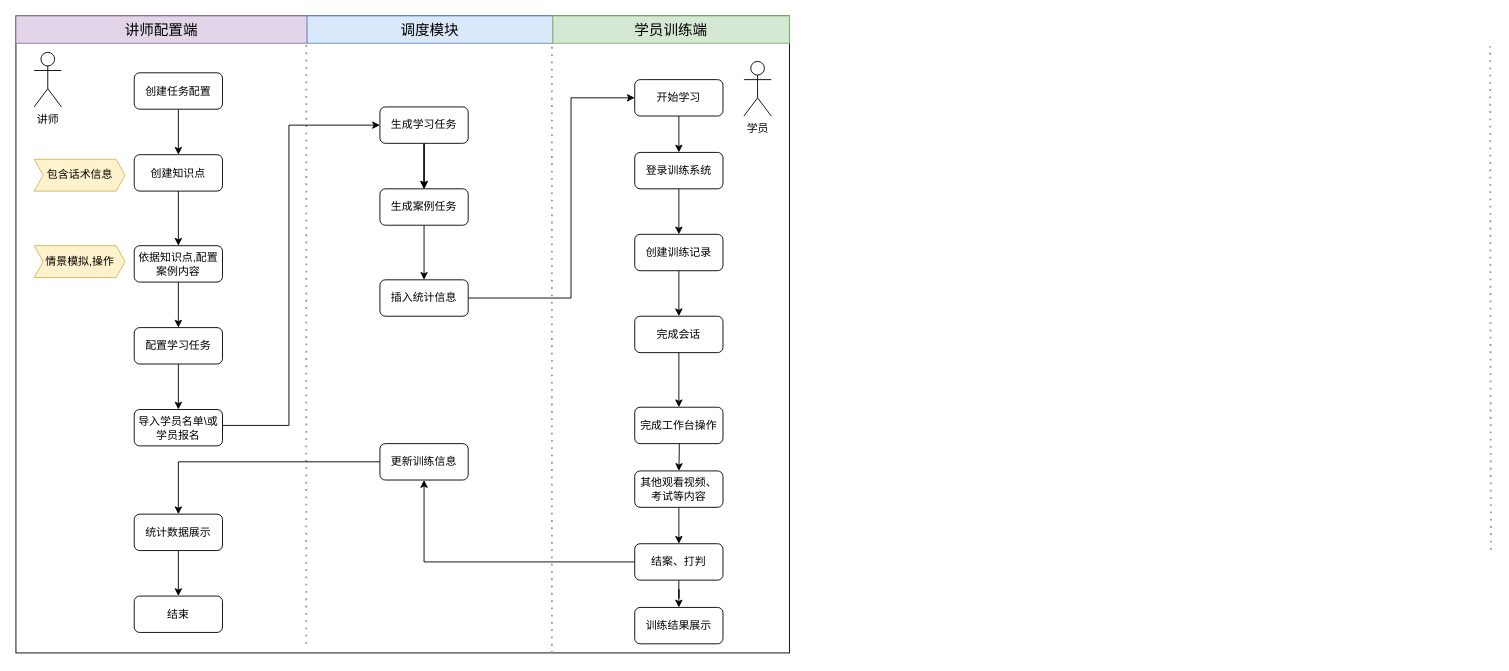
This is 核心链路流程图.drawio from cgshao02/graduation_picture, a draw.io file, before an edit. Source tidied: cells renumbered, new cells numbered last; positions are measured from the earlier drawing's top-left corner, leaving out a move shared by most shapes. Both pictures are drawn from the tidied source at 91%, with x=0, y=0 at pixel (15, 15).
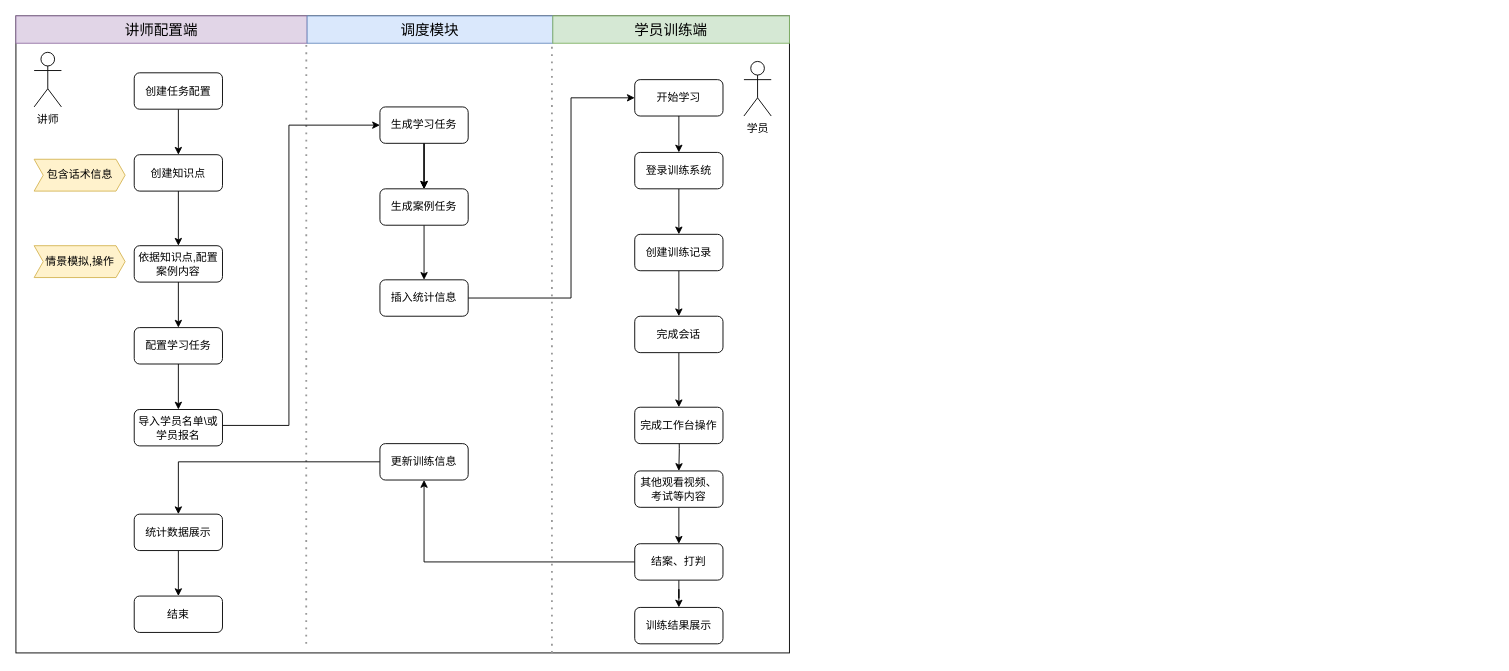
The same diagram, later.

Commit message:
更新核心链路流程图.drawio

What changed in the source:
```diff
@@
-    <mxCell id="7" style="endArrow=none;dashed=1;html=1;dashPattern=1 3;strokeWidth=2;entryX=0;entryY=1;entryDx=0;entryDy=0;exitX=0.316;exitY=1.002;exitDx=0;exitDy=0;exitPerimeter=0;strokeColor=#999999;" parent="1" edge="1">
-      <mxGeometry relative="1" as="geometry">
-        <mxPoint x="1620.8" y="586.6" as="sourcePoint" />
-        <mxPoint x="1620" y="33.4" as="targetPoint" />
-      </mxGeometry>
-    </mxCell>
```
